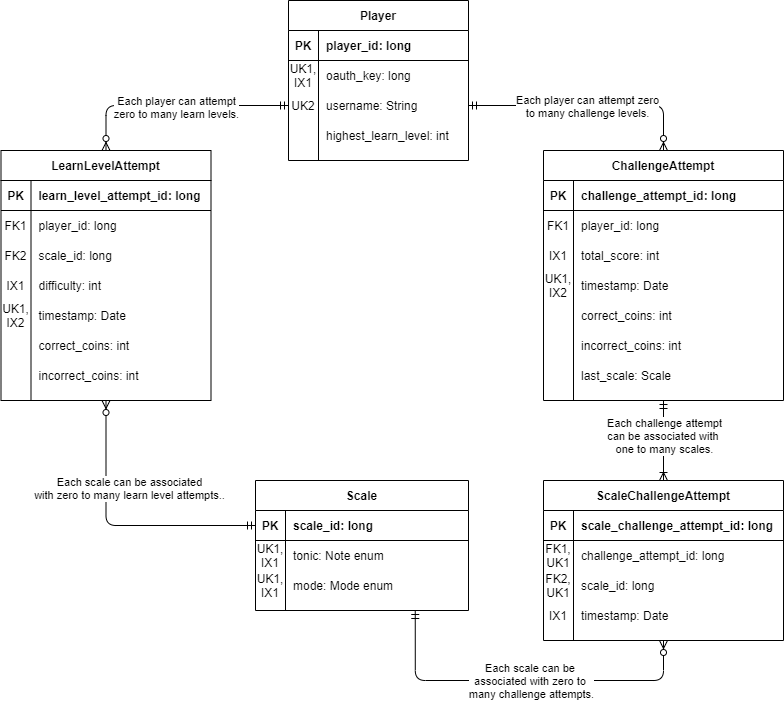
Earlier version of the draw.io export docs/img/erd.png (lsteiner9/ScaleScroller). Source tidied: cells renumbered, new cells last; positions are measured from the earlier drawing's top-left corner, leaving out a move shared by most shapes.
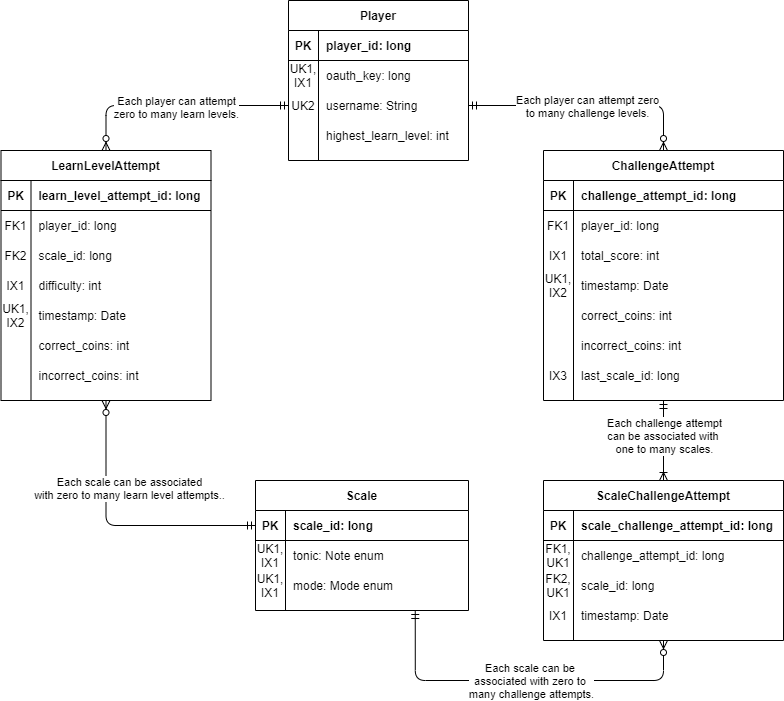
After the change.

Diff of the diagram source:
```diff
@@ -283,10 +283,10 @@
     <mxCell id="89" style="shape=partialRectangle;fillColor=none;top=0;left=0;bottom=0;right=0;" parent="70" vertex="1">
       <mxGeometry y="210" width="240" height="30" as="geometry" />
     </mxCell>
-    <mxCell id="90" style="shape=partialRectangle;fillColor=none;top=0;left=0;bottom=0;right=0;overflow=hidden;" parent="89" vertex="1">
+    <mxCell id="90" value="IX3" style="shape=partialRectangle;fillColor=none;top=0;left=0;bottom=0;right=0;overflow=hidden;" parent="89" vertex="1">
       <mxGeometry width="30" height="30" as="geometry" />
     </mxCell>
-    <mxCell id="91" value="last_scale: Scale" style="shape=partialRectangle;fillColor=none;top=0;left=0;bottom=0;right=0;align=left;spacingLeft=6;overflow=hidden;" parent="89" vertex="1">
+    <mxCell id="91" value="last_scale_id: long" style="shape=partialRectangle;fillColor=none;top=0;left=0;bottom=0;right=0;align=left;spacingLeft=6;overflow=hidden;" parent="89" vertex="1">
       <mxGeometry x="30" width="210" height="30" as="geometry" />
     </mxCell>
   </root>
```
